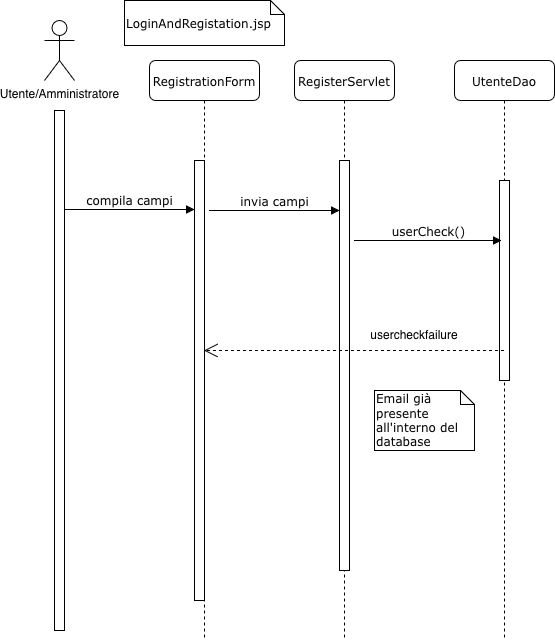
This is Deliverables/Requirement Analysis Document images/SEQUENCE_DIAGRAMS/SequenceDiagramUC2.2.png from SigsUni/LaCantina, a draw.io export, as it was before one commit. Source tidied: cells renumbered, new cells last; positions are measured from the earlier drawing's top-left corner, leaving out a move shared by most shapes.
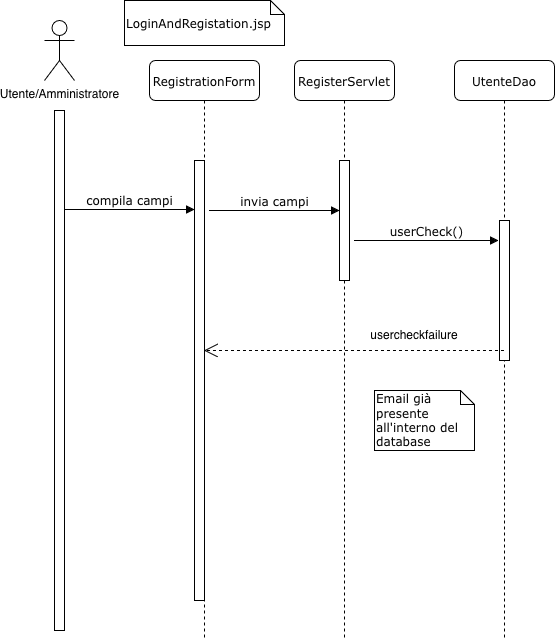
After the commit.

Diff of the diagram source:
```diff
@@ -6,7 +6,7 @@
       <mxGeometry x="250" y="60" width="100" height="580" as="geometry" />
     </mxCell>
     <mxCell id="3" style="html=1;perimeter=orthogonalPerimeter;rounded=0;shadow=0;comic=0;labelBackgroundColor=none;strokeWidth=1;fontFamily=Verdana;fontSize=12;align=center;" parent="2" vertex="1">
-      <mxGeometry x="45" y="100" width="10" height="410" as="geometry" />
+      <mxGeometry x="45" y="100" width="10" height="120" as="geometry" />
     </mxCell>
     <mxCell id="4" value="invia campi" style="html=1;verticalAlign=bottom;endArrow=block;entryX=0;entryY=0;labelBackgroundColor=none;fontFamily=Verdana;fontSize=12;edgeStyle=elbowEdgeStyle;elbow=horizontal;" parent="2" edge="1">
       <mxGeometry relative="1" as="geometry">
@@ -18,7 +18,7 @@
       <mxGeometry x="410" y="60" width="100" height="580" as="geometry" />
     </mxCell>
     <mxCell id="6" style="html=1;points=[];perimeter=orthogonalPerimeter;rounded=0;shadow=0;comic=0;labelBackgroundColor=none;strokeWidth=1;fontFamily=Verdana;fontSize=12;align=center;" parent="5" vertex="1">
-      <mxGeometry x="45" y="120" width="10" height="200" as="geometry" />
+      <mxGeometry x="45" y="160" width="10" height="140" as="geometry" />
     </mxCell>
     <mxCell id="7" value="RegistrationForm" style="shape=umlLifeline;perimeter=lifelinePerimeter;whiteSpace=wrap;html=1;outlineConnect=0;rounded=1;shadow=0;comic=0;labelBackgroundColor=none;strokeWidth=1;fontFamily=Verdana;fontSize=12;align=center;" parent="1" vertex="1">
       <mxGeometry x="105" y="60" width="110" height="580" as="geometry" />
@@ -41,9 +41,10 @@
     <mxCell id="12" value="&lt;div&gt;&lt;br&gt;&lt;/div&gt;&lt;div&gt;LoginAndRegistation.jsp&lt;/div&gt;" style="shape=note;whiteSpace=wrap;html=1;size=14;verticalAlign=top;align=left;spacingTop=-6;rounded=0;shadow=0;comic=0;labelBackgroundColor=none;strokeWidth=1;fontFamily=Verdana;fontSize=12;" parent="1" vertex="1">
       <mxGeometry x="80" width="160" height="45" as="geometry" />
     </mxCell>
-    <mxCell id="13" value="userCheck()" style="html=1;verticalAlign=bottom;endArrow=block;entryX=0.2;entryY=0.3;labelBackgroundColor=none;fontFamily=Verdana;fontSize=12;edgeStyle=elbowEdgeStyle;elbow=horizontal;entryDx=0;entryDy=0;entryPerimeter=0;" parent="1" edge="1" target="6">
+    <mxCell id="13" value="userCheck()" style="html=1;verticalAlign=bottom;endArrow=block;labelBackgroundColor=none;fontFamily=Verdana;fontSize=12;edgeStyle=elbowEdgeStyle;elbow=horizontal;" parent="1" edge="1">
       <mxGeometry relative="1" as="geometry">
         <mxPoint x="310" y="240" as="sourcePoint" />
+        <mxPoint x="454" y="240" as="targetPoint" />
       </mxGeometry>
     </mxCell>
     <mxCell id="14" style="endArrow=open;endSize=12;dashed=1;html=1;rounded=0;" parent="1" edge="1" source="5" target="7">
```
